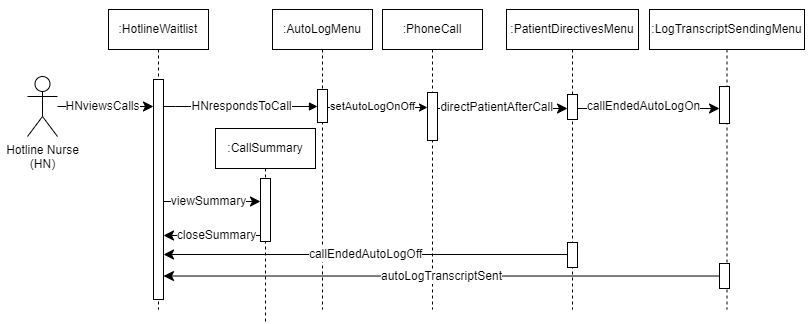
SENG-350-2024-fall/Team9 keeps this draw.io diagram as AmirWork/M2/Nurse_Hotline_SequenceDiagram.drawio.png. Above is the earlier version. Source tidied: cells renumbered, new cells last; positions are measured from the earlier drawing's top-left corner, leaving out a move shared by most shapes.
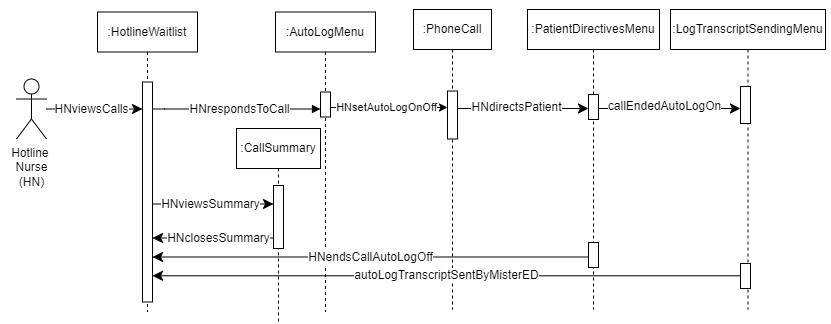
The same file after the commit.

The edit, as a diff of the source:
```diff
@@ -3,33 +3,33 @@
     <mxCell id="0" />
     <mxCell id="1" parent="0" />
     <mxCell id="2" style="rounded=0;whiteSpace=wrap;html=1;strokeColor=none;" parent="1" vertex="1">
-      <mxGeometry y="3" width="127" height="147" as="geometry" />
+      <mxGeometry x="-9" y="8.5" width="116" height="147" as="geometry" />
     </mxCell>
     <mxCell id="3" style="rounded=0;whiteSpace=wrap;html=1;strokeColor=none;" parent="1" vertex="1">
-      <mxGeometry x="731" width="79" height="60.5" as="geometry" />
+      <mxGeometry x="743" y="3" width="79" height="60.5" as="geometry" />
     </mxCell>
     <mxCell id="4" value=":CallSummary" style="shape=umlLifeline;perimeter=lifelinePerimeter;whiteSpace=wrap;html=1;newEdgeStyle={&quot;edgeStyle&quot;:&quot;elbowEdgeStyle&quot;,&quot;elbow&quot;:&quot;vertical&quot;,&quot;curved&quot;:0,&quot;rounded&quot;:0};" parent="1" vertex="1">
-      <mxGeometry x="215" y="128" width="100" height="195" as="geometry" />
+      <mxGeometry x="227" y="131" width="84" height="195" as="geometry" />
     </mxCell>
     <mxCell id="5" style="html=1;points=[];perimeter=orthogonalPerimeter;outlineConnect=0;targetShapes=umlLifeline;portConstraint=eastwest;newEdgeStyle={&quot;edgeStyle&quot;:&quot;elbowEdgeStyle&quot;,&quot;elbow&quot;:&quot;vertical&quot;,&quot;curved&quot;:0,&quot;rounded&quot;:0};" parent="4" vertex="1">
-      <mxGeometry x="45" y="50" width="10" height="63" as="geometry" />
+      <mxGeometry x="37" y="57" width="10" height="63" as="geometry" />
     </mxCell>
     <mxCell id="6" value=":HotlineWaitlist" style="shape=umlLifeline;perimeter=lifelinePerimeter;whiteSpace=wrap;html=1;newEdgeStyle={&quot;edgeStyle&quot;:&quot;elbowEdgeStyle&quot;,&quot;elbow&quot;:&quot;vertical&quot;,&quot;curved&quot;:0,&quot;rounded&quot;:0};" parent="1" vertex="1">
-      <mxGeometry x="108" y="9" width="100" height="300" as="geometry" />
+      <mxGeometry x="88" y="14.5" width="100" height="300" as="geometry" />
     </mxCell>
     <mxCell id="7" style="html=1;points=[];perimeter=orthogonalPerimeter;outlineConnect=0;targetShapes=umlLifeline;portConstraint=eastwest;newEdgeStyle={&quot;edgeStyle&quot;:&quot;elbowEdgeStyle&quot;,&quot;elbow&quot;:&quot;vertical&quot;,&quot;curved&quot;:0,&quot;rounded&quot;:0};" parent="6" vertex="1">
       <mxGeometry x="45" y="70" width="10" height="220" as="geometry" />
     </mxCell>
     <mxCell id="8" value=":AutoLogMenu" style="shape=umlLifeline;perimeter=lifelinePerimeter;whiteSpace=wrap;html=1;newEdgeStyle={&quot;edgeStyle&quot;:&quot;elbowEdgeStyle&quot;,&quot;elbow&quot;:&quot;vertical&quot;,&quot;curved&quot;:0,&quot;rounded&quot;:0};" parent="1" vertex="1">
-      <mxGeometry x="272" y="9" width="100" height="300" as="geometry" />
+      <mxGeometry x="266" y="14.5" width="100" height="300" as="geometry" />
     </mxCell>
     <mxCell id="9" style="html=1;points=[];perimeter=orthogonalPerimeter;outlineConnect=0;targetShapes=umlLifeline;portConstraint=eastwest;newEdgeStyle={&quot;edgeStyle&quot;:&quot;elbowEdgeStyle&quot;,&quot;elbow&quot;:&quot;vertical&quot;,&quot;curved&quot;:0,&quot;rounded&quot;:0};" parent="8" vertex="1">
-      <mxGeometry x="45" y="80" width="10" height="33" as="geometry" />
+      <mxGeometry x="45" y="80" width="10" height="25" as="geometry" />
     </mxCell>
     <mxCell id="10" style="html=1;verticalAlign=bottom;endArrow=block;edgeStyle=elbowEdgeStyle;elbow=vertical;curved=0;rounded=0;" parent="1" edge="1" source="7" target="9">
       <mxGeometry x="0.14" y="5" relative="1" as="geometry">
         <Array as="points">
-          <mxPoint x="175" y="106" />
+          <mxPoint x="155" y="111.5" />
         </Array>
       </mxGeometry>
     </mxCell>
@@ -46,17 +46,17 @@
         <mxPoint x="-14" y="1" as="offset" />
       </mxGeometry>
     </mxCell>
-    <mxCell id="14" value="Hotline Nurse&lt;div&gt;(HN)&lt;/div&gt;" style="shape=umlActor;verticalLabelPosition=bottom;verticalAlign=top;html=1;outlineConnect=0;" parent="1" vertex="1">
-      <mxGeometry x="27" y="76" width="30" height="60" as="geometry" />
+    <mxCell id="14" value="Hotline&amp;nbsp;&lt;div&gt;Nurse&lt;div&gt;(HN)&lt;/div&gt;&lt;/div&gt;" style="shape=umlActor;verticalLabelPosition=bottom;verticalAlign=top;html=1;outlineConnect=0;" parent="1" vertex="1">
+      <mxGeometry x="7" y="81.5" width="30" height="60" as="geometry" />
     </mxCell>
     <mxCell id="15" style="edgeStyle=elbowEdgeStyle;curved=0;rounded=0;jettySize=auto;html=1;elbow=horizontal;fontSize=12;startSize=8;endSize=8;" parent="1" edge="1" source="7" target="5">
       <mxGeometry relative="1" as="geometry">
         <Array as="points">
-          <mxPoint x="217" y="201" />
+          <mxPoint x="197" y="206.5" />
         </Array>
       </mxGeometry>
     </mxCell>
-    <mxCell id="16" value="viewSummary" style="edgeLabel;html=1;align=center;verticalAlign=middle;fontSize=12;" parent="15" vertex="1">
+    <mxCell id="16" value="HNviewsSummary" style="edgeLabel;html=1;align=center;verticalAlign=middle;fontSize=12;" parent="15" vertex="1">
       <mxGeometry x="0.09" y="-1" relative="1" as="geometry">
         <mxPoint x="-8" y="-1" as="offset" />
       </mxGeometry>
@@ -64,33 +64,33 @@
     <mxCell id="17" style="edgeStyle=elbowEdgeStyle;curved=0;rounded=0;jettySize=auto;html=1;elbow=horizontal;fontSize=12;startSize=8;endSize=8;" parent="1" edge="1" source="5" target="7">
       <mxGeometry relative="1" as="geometry">
         <Array as="points">
-          <mxPoint x="217" y="235" />
+          <mxPoint x="197" y="240.5" />
         </Array>
       </mxGeometry>
     </mxCell>
-    <mxCell id="18" value="closeSummary" style="edgeLabel;html=1;align=center;verticalAlign=middle;fontSize=12;" parent="17" vertex="1">
+    <mxCell id="18" value="HNclosesSummary" style="edgeLabel;html=1;align=center;verticalAlign=middle;fontSize=12;" parent="17" vertex="1">
       <mxGeometry x="-0.1" relative="1" as="geometry" />
     </mxCell>
     <mxCell id="19" value=":PhoneCall" style="shape=umlLifeline;perimeter=lifelinePerimeter;whiteSpace=wrap;html=1;newEdgeStyle={&quot;edgeStyle&quot;:&quot;elbowEdgeStyle&quot;,&quot;elbow&quot;:&quot;vertical&quot;,&quot;curved&quot;:0,&quot;rounded&quot;:0};" parent="1" vertex="1">
-      <mxGeometry x="382" y="9" width="100" height="300" as="geometry" />
+      <mxGeometry x="404" y="12" width="78" height="300" as="geometry" />
     </mxCell>
     <mxCell id="20" style="html=1;points=[];perimeter=orthogonalPerimeter;outlineConnect=0;targetShapes=umlLifeline;portConstraint=eastwest;newEdgeStyle={&quot;edgeStyle&quot;:&quot;elbowEdgeStyle&quot;,&quot;elbow&quot;:&quot;vertical&quot;,&quot;curved&quot;:0,&quot;rounded&quot;:0};" parent="19" vertex="1">
-      <mxGeometry x="45" y="83" width="10" height="48" as="geometry" />
+      <mxGeometry x="34" y="81.5" width="10" height="48" as="geometry" />
     </mxCell>
     <mxCell id="21" style="edgeStyle=elbowEdgeStyle;rounded=0;jettySize=auto;html=1;elbow=horizontal;curved=0;" parent="1" edge="1" source="9" target="20">
       <mxGeometry relative="1" as="geometry">
         <Array as="points">
-          <mxPoint x="398" y="107" />
+          <mxPoint x="410" y="110" />
         </Array>
       </mxGeometry>
     </mxCell>
-    <mxCell id="22" value="setAutoLogOnOff" style="edgeLabel;html=1;align=center;verticalAlign=middle;" parent="21" vertex="1">
+    <mxCell id="22" value="HNsetAutoLogOnOff" style="edgeLabel;html=1;align=center;verticalAlign=middle;" parent="21" vertex="1">
       <mxGeometry x="-0.03" y="3" relative="1" as="geometry">
-        <mxPoint x="-4" y="2" as="offset" />
+        <mxPoint x="-1" y="3" as="offset" />
       </mxGeometry>
     </mxCell>
     <mxCell id="23" value=":PatientDirectivesMenu" style="shape=umlLifeline;perimeter=lifelinePerimeter;whiteSpace=wrap;html=1;newEdgeStyle={&quot;edgeStyle&quot;:&quot;elbowEdgeStyle&quot;,&quot;elbow&quot;:&quot;vertical&quot;,&quot;curved&quot;:0,&quot;rounded&quot;:0};" parent="1" vertex="1">
-      <mxGeometry x="506" y="9" width="132" height="300" as="geometry" />
+      <mxGeometry x="518" y="12" width="132" height="300" as="geometry" />
     </mxCell>
     <mxCell id="24" style="html=1;points=[];perimeter=orthogonalPerimeter;outlineConnect=0;targetShapes=umlLifeline;portConstraint=eastwest;newEdgeStyle={&quot;edgeStyle&quot;:&quot;elbowEdgeStyle&quot;,&quot;elbow&quot;:&quot;vertical&quot;,&quot;curved&quot;:0,&quot;rounded&quot;:0};" parent="23" vertex="1">
       <mxGeometry x="61" y="85" width="10" height="25" as="geometry" />
@@ -101,26 +101,26 @@
     <mxCell id="26" style="edgeStyle=elbowEdgeStyle;curved=0;rounded=0;jettySize=auto;html=1;elbow=vertical;fontSize=12;startSize=8;endSize=8;" parent="1" edge="1" source="20" target="24">
       <mxGeometry relative="1" as="geometry">
         <Array as="points">
-          <mxPoint x="522" y="108" />
+          <mxPoint x="534" y="111" />
         </Array>
       </mxGeometry>
     </mxCell>
-    <mxCell id="27" value="directPatientAfterCall" style="edgeLabel;html=1;align=center;verticalAlign=middle;fontSize=12;" parent="26" vertex="1">
+    <mxCell id="27" value="HNdirectsPatient" style="edgeLabel;html=1;align=center;verticalAlign=middle;fontSize=12;" parent="26" vertex="1">
       <mxGeometry x="-0.35" relative="1" as="geometry">
         <mxPoint x="16" y="-1" as="offset" />
       </mxGeometry>
     </mxCell>
     <mxCell id="28" value=":LogTranscriptSendingMenu" style="shape=umlLifeline;perimeter=lifelinePerimeter;whiteSpace=wrap;html=1;newEdgeStyle={&quot;edgeStyle&quot;:&quot;elbowEdgeStyle&quot;,&quot;elbow&quot;:&quot;vertical&quot;,&quot;curved&quot;:0,&quot;rounded&quot;:0};" parent="1" vertex="1">
-      <mxGeometry x="649" y="9" width="155" height="300" as="geometry" />
+      <mxGeometry x="661" y="12" width="155" height="300" as="geometry" />
     </mxCell>
     <mxCell id="29" style="html=1;points=[];perimeter=orthogonalPerimeter;outlineConnect=0;targetShapes=umlLifeline;portConstraint=eastwest;newEdgeStyle={&quot;edgeStyle&quot;:&quot;elbowEdgeStyle&quot;,&quot;elbow&quot;:&quot;vertical&quot;,&quot;curved&quot;:0,&quot;rounded&quot;:0};" parent="28" vertex="1">
       <mxGeometry x="70" y="254" width="10" height="25" as="geometry" />
     </mxCell>
     <mxCell id="30" style="edgeStyle=elbowEdgeStyle;curved=0;rounded=0;jettySize=auto;html=1;elbow=vertical;fontSize=12;startSize=8;endSize=8;" parent="1" edge="1" source="24">
       <mxGeometry relative="1" as="geometry">
-        <mxPoint x="719" y="108" as="targetPoint" />
+        <mxPoint x="731" y="111" as="targetPoint" />
         <Array as="points">
-          <mxPoint x="652" y="108" />
+          <mxPoint x="664" y="111" />
         </Array>
       </mxGeometry>
     </mxCell>
@@ -130,16 +130,16 @@
       </mxGeometry>
     </mxCell>
     <mxCell id="32" style="html=1;perimeter=orthogonalPerimeter;targetShapes=umlLifeline;newEdgeStyle={&quot;edgeStyle&quot;:&quot;elbowEdgeStyle&quot;,&quot;elbow&quot;:&quot;vertical&quot;,&quot;curved&quot;:0,&quot;rounded&quot;:0};" parent="1" vertex="1">
-      <mxGeometry x="719" y="86" width="10" height="37" as="geometry" />
+      <mxGeometry x="731" y="89" width="10" height="37" as="geometry" />
     </mxCell>
-    <mxCell id="33" value="callEndedAutoLogOff" style="edgeStyle=elbowEdgeStyle;curved=0;rounded=0;jettySize=auto;html=1;elbow=vertical;fontSize=12;startSize=8;endSize=8;startArrow=classic;startFill=1;endArrow=none;endFill=0;" parent="1" edge="1" source="7" target="25">
+    <mxCell id="33" value="HNendsCallAutoLogOff" style="edgeStyle=elbowEdgeStyle;curved=0;rounded=0;jettySize=auto;html=1;elbow=vertical;fontSize=12;startSize=8;endSize=8;startArrow=classic;startFill=1;endArrow=none;endFill=0;" parent="1" edge="1" source="7" target="25">
       <mxGeometry relative="1" as="geometry">
         <Array as="points">
-          <mxPoint x="365" y="254" />
+          <mxPoint x="345" y="259.5" />
         </Array>
       </mxGeometry>
     </mxCell>
-    <mxCell id="34" value="autoLogTranscriptSent" style="edgeStyle=elbowEdgeStyle;curved=0;rounded=0;jettySize=auto;html=1;elbow=vertical;fontSize=12;startSize=8;endSize=8;" parent="1" edge="1" source="29" target="7">
+    <mxCell id="34" value="autoLogTranscriptSentByMisterED" style="edgeStyle=elbowEdgeStyle;curved=0;rounded=0;jettySize=auto;html=1;elbow=vertical;fontSize=12;startSize=8;endSize=8;" parent="1" edge="1" source="29" target="7">
       <mxGeometry relative="1" as="geometry" />
     </mxCell>
   </root>
```
